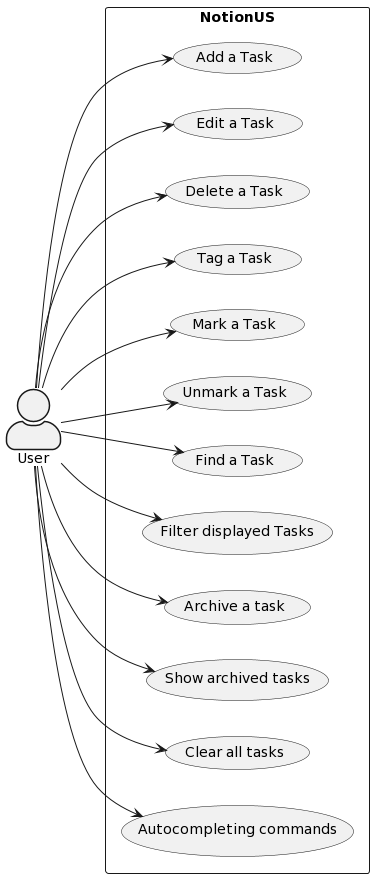
Before: docs/images/UseCaseDiagram.png, a diagram exported from PlantUML (nus-cs2103-AY2223S1/tp).
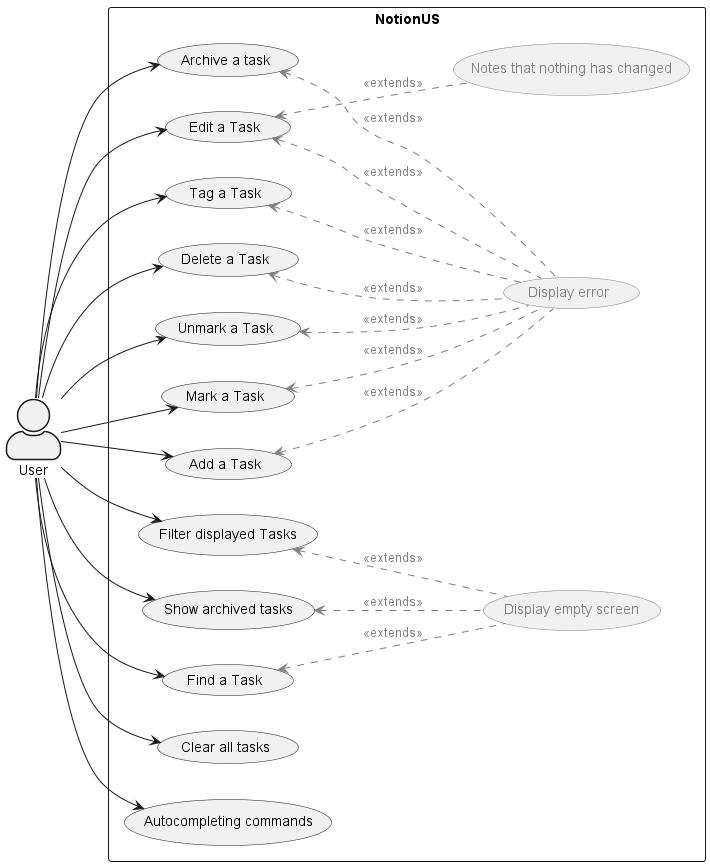
After the change.

Commit message:
Update use case diagram

What changed in the source:
```diff
@@ -15,7 +15,22 @@
   usecase "Show archived tasks" as UC10
   usecase "Clear all tasks" as UC11
   usecase "Autocompleting commands" as UC12
-}
+  usecase "Display empty screen" as emptyScreen #line:gray;text:gray
+  usecase "Display error" as error #line:gray;text:gray
+  usecase "Notes that nothing has changed" as noChange #line:gray;text:gray
+    UC1 <-- error #line:gray;line.dashed;text:gray  : <<extends>>
+    UC2 <-- error #line:gray;line.dashed;text:gray  : <<extends>>
+    UC2 <-- noChange #line:gray;line.dashed;text:gray  : <<extends>>
+    UC3 <-- error #line:gray;line.dashed;text:gray  : <<extends>>
+    UC4 <-- error #line:gray;line.dashed;text:gray  : <<extends>>
+    UC5 <-- error #line:gray;line.dashed;text:gray  : <<extends>>
+    UC6 <-- error #line:gray;line.dashed;text:gray  : <<extends>>
+    UC7 <-- emptyScreen #line:gray;line.dashed;text:gray  : <<extends>>
+    UC8 <-- emptyScreen #line:gray;line.dashed;text:gray  : <<extends>>
+    UC9 <-- error #line:gray;line.dashed;text:gray  : <<extends>>
+    UC10 <-- emptyScreen #line:gray;line.dashed;text:gray  : <<extends>>
+
+  }
 user --> UC1
 user --> UC2
 user --> UC3
@@ -28,4 +43,5 @@
 user --> UC10
 user --> UC11
 user --> UC12
+
 @enduml
```
